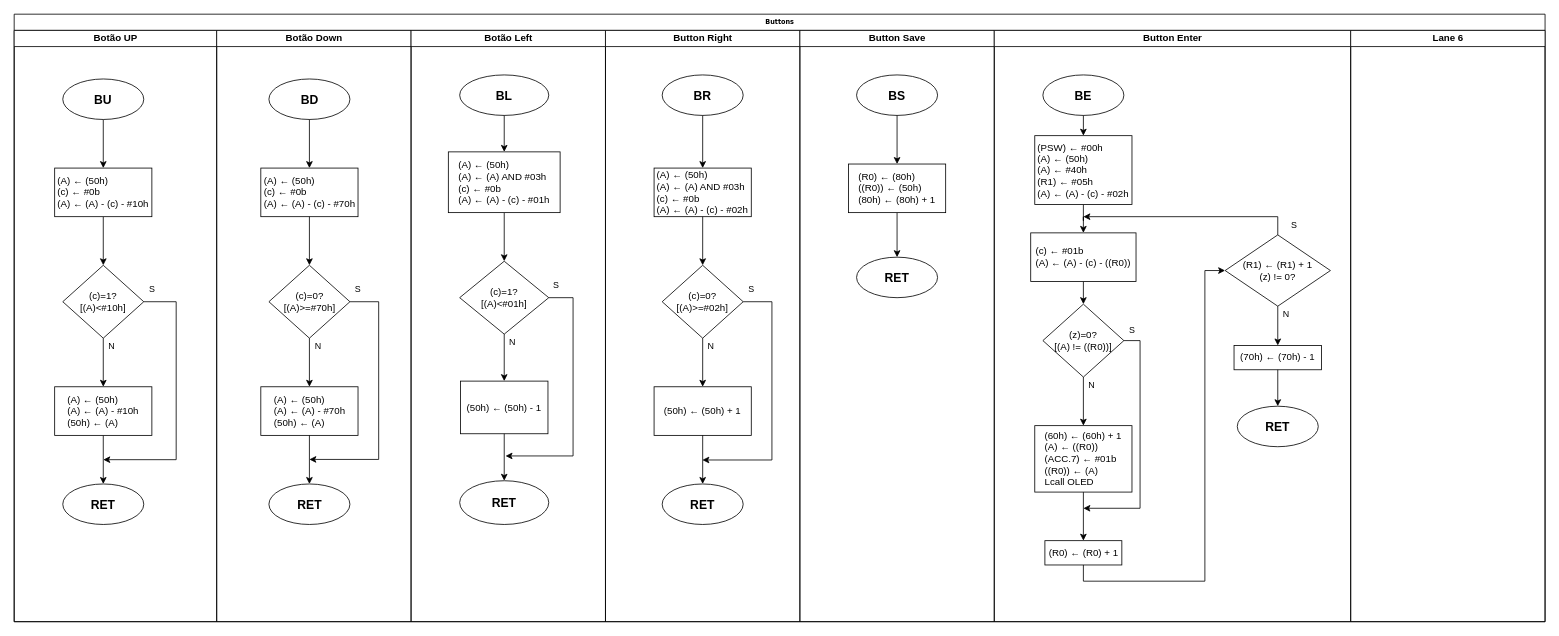
Earlier version of the draw.io diagram page "push_buttons" (1 of 4) of Docs/Schematics/MicroDiagrams.drawio (Meirellesc/BattleShip_Project_8051). Source tidied: cells renumbered, new cells numbered last; positions are measured from the earlier drawing's top-left corner, leaving out a move shared by most shapes. Both pictures are drawn from the tidied source at 81%, with x=0, y=0 at pixel (14, 14).
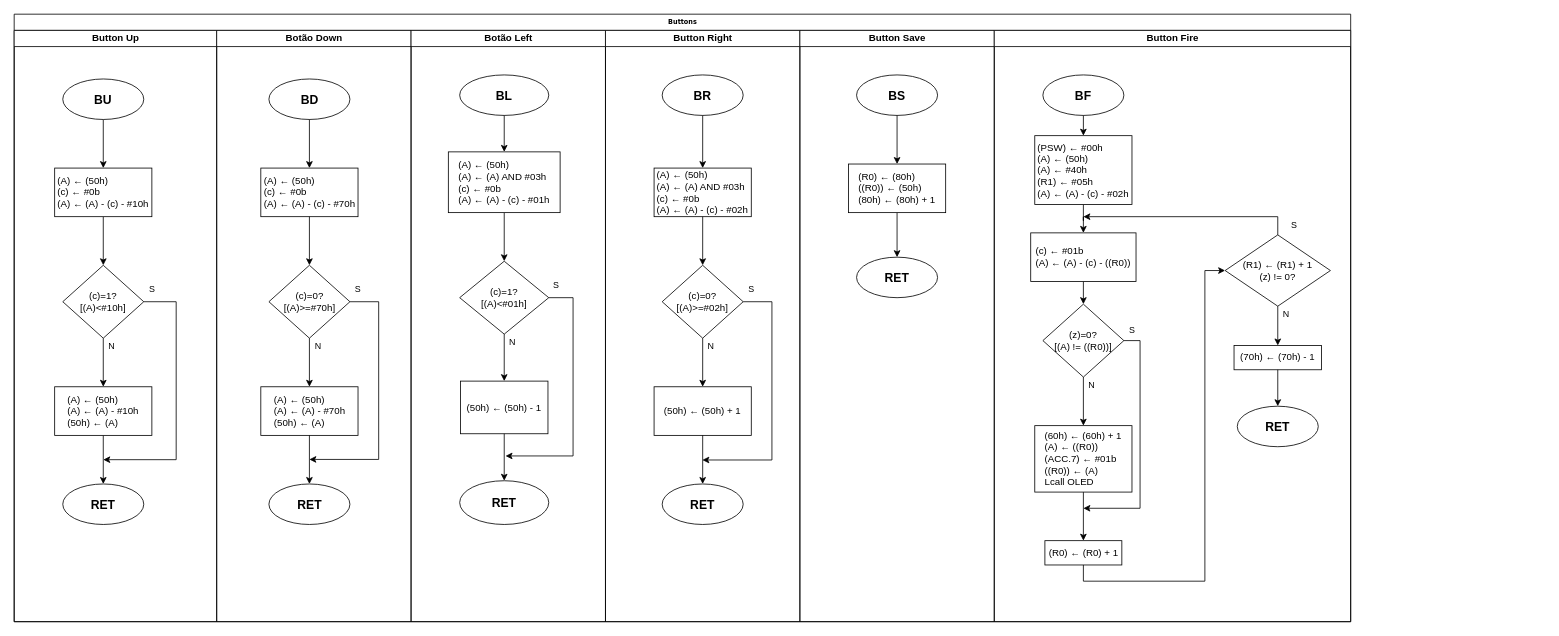
After the change.

Diff of the diagram source:
```diff
@@
     <mxCell id="2" value="Buttons" style="swimlane;html=1;startSize=20;rounded=0;shadow=0;labelBackgroundColor=none;strokeColor=#000000;strokeWidth=1;fillColor=#ffffff;fontFamily=Verdana;fontSize=8;fontColor=#000000;align=center;" parent="1" vertex="1">
-      <mxGeometry width="1890" height="750" as="geometry" />
+      <mxGeometry width="1650" height="750" as="geometry" />
     </mxCell>
-    <mxCell id="3" value="Botão UP" style="swimlane;html=1;startSize=20;" parent="2" vertex="1">
+    <mxCell id="3" value="Button&amp;nbsp;Up" style="swimlane;html=1;startSize=20;" parent="2" vertex="1">
       <mxGeometry y="20" width="250" height="730" as="geometry" />
     </mxCell>
@@
-    <mxCell id="52" value="Button Enter" style="swimlane;html=1;startSize=20;" parent="2" vertex="1">
+    <mxCell id="52" value="Button Fire" style="swimlane;html=1;startSize=20;" parent="2" vertex="1">
       <mxGeometry x="1210" y="20" width="440" height="730" as="geometry" />
     </mxCell>
-    <mxCell id="53" value="&lt;b&gt;&lt;font style=&quot;font-size: 15px&quot;&gt;BE&lt;/font&gt;&lt;/b&gt;" style="ellipse;whiteSpace=wrap;html=1;" parent="52" vertex="1">
+    <mxCell id="53" value="&lt;b&gt;&lt;font style=&quot;font-size: 15px&quot;&gt;BF&lt;/font&gt;&lt;/b&gt;" style="ellipse;whiteSpace=wrap;html=1;" parent="52" vertex="1">
       <mxGeometry x="60" y="55" width="100" height="50" as="geometry" />
     </mxCell>
@@
-    <mxCell id="70" value="Lane 6" style="swimlane;html=1;startSize=20;" parent="2" vertex="1">
-      <mxGeometry x="1650" y="20" width="240" height="730" as="geometry" />
-    </mxCell>
```
